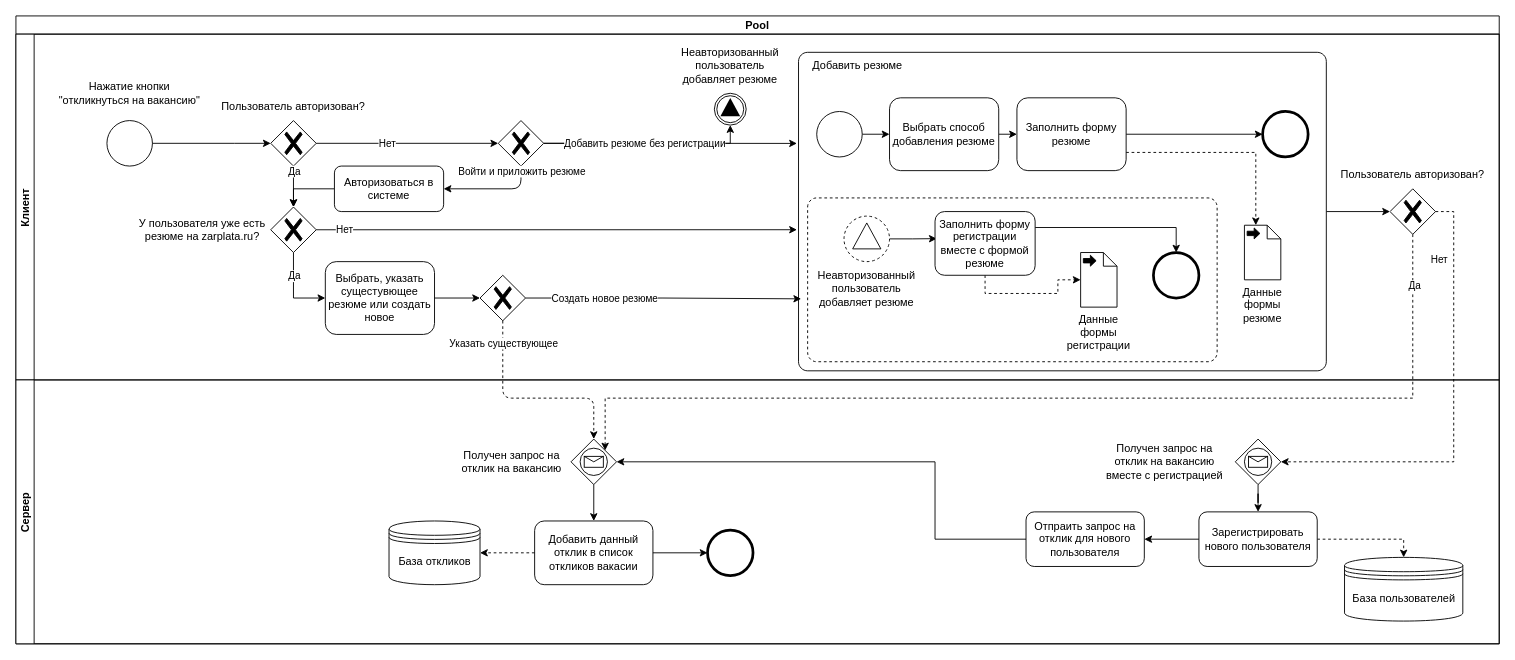
reddist/Buisness-logic-of-software-systems keeps this draw.io diagram as lab1_bpmn.drawio. Above is the earlier version. Source tidied: cells renumbered, new cells numbered last; positions are measured from the earlier drawing's top-left corner, leaving out a move shared by most shapes. Both pictures are drawn from the tidied source at 91%, with x=0, y=0 at pixel (15, 15).
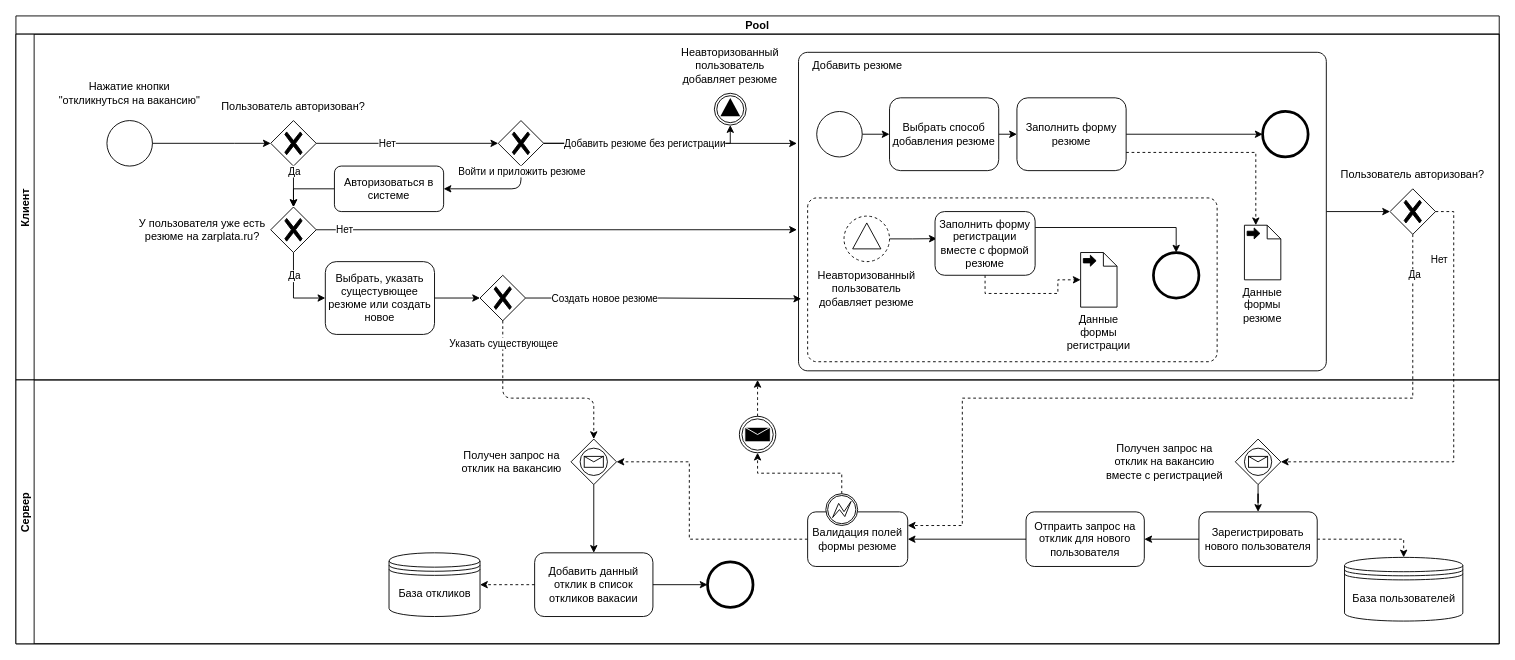
The same page after the edit.

Unchanged cells that the change refers to:
```xml
<mxCell id="2" value="Pool" style="swimlane;startSize=20;" parent="1" vertex="1">
  <mxGeometry width="1630" height="690" as="geometry" />
</mxCell>
<mxCell id="55" style="points=[[0.25,0.25,0],[0.5,0,0],[0.75,0.25,0],[1,0.5,0],[0.75,0.75,0],[0.5,1,0],[0.25,0.75,0],[0,0.5,0]];shape=mxgraph.bpmn.gateway2;html=1;verticalLabelPosition=bottom;labelBackgroundColor=#ffffff;verticalAlign=top;align=center;perimeter=rhombusPerimeter;outlineConnect=0;outline=none;symbol=none;gwType=exclusive;" parent="3" vertex="1">
  <mxGeometry x="1510" y="170" width="50" height="50" as="geometry" />
</mxCell>
<mxCell id="57" value="Сервер" style="swimlane;startSize=20;horizontal=0;" parent="2" vertex="1">
  <mxGeometry y="400" width="1630" height="290" as="geometry" />
</mxCell>
<mxCell id="58" style="points=[[0.25,0.25,0],[0.5,0,0],[0.75,0.25,0],[1,0.5,0],[0.75,0.75,0],[0.5,1,0],[0.25,0.75,0],[0,0.5,0]];shape=mxgraph.bpmn.gateway2;html=1;verticalLabelPosition=bottom;labelBackgroundColor=#ffffff;verticalAlign=top;align=center;perimeter=rhombusPerimeter;outlineConnect=0;outline=standard;symbol=message;" parent="57" vertex="1">
  <mxGeometry x="610" y="65" width="50" height="50" as="geometry" />
</mxCell>
<mxCell id="77" value="Отпраить запрос на отклик для нового пользователя" style="rounded=1;whiteSpace=wrap;html=1;" parent="57" vertex="1">
  <mxGeometry x="1110" y="145" width="130" height="60" as="geometry" />
</mxCell>
```

Diff of the diagram source:
```diff
@@
     <mxCell id="60" value="Добавить данный отклик в список откликов вакасии" style="rounded=1;whiteSpace=wrap;html=1;" parent="57" vertex="1">
-      <mxGeometry x="570" y="155" width="130" height="70" as="geometry" />
+      <mxGeometry x="570" y="190" width="130" height="70" as="geometry" />
     </mxCell>
@@
     <mxCell id="62" style="group;" parent="57" vertex="1">
-      <mxGeometry x="410" y="155" width="100" height="70" as="geometry" />
+      <mxGeometry x="410" y="190" width="100" height="70" as="geometry" />
     </mxCell>
@@
     <mxCell id="66" style="points=[[0.145,0.145,0],[0.5,0,0],[0.855,0.145,0],[1,0.5,0],[0.855,0.855,0],[0.5,1,0],[0.145,0.855,0],[0,0.5,0]];shape=mxgraph.bpmn.event;html=1;verticalLabelPosition=bottom;labelBackgroundColor=#ffffff;verticalAlign=top;align=center;perimeter=ellipsePerimeter;outlineConnect=0;outline=end;symbol=terminate2;" parent="57" vertex="1">
-      <mxGeometry x="760" y="165" width="50" height="50" as="geometry" />
+      <mxGeometry x="760" y="200" width="50" height="50" as="geometry" />
     </mxCell>
@@
-    <mxCell id="76" style="edgeStyle=orthogonalEdgeStyle;rounded=0;jettySize=auto;html=1;exitX=0;exitY=0.5;exitDx=0;exitDy=0;entryX=1;entryY=0.5;entryDx=0;entryDy=0;entryPerimeter=0;endArrow=classic;endFill=1;" parent="57" edge="1" source="77" target="58">
-      <mxGeometry relative="1" as="geometry">
-        <Array as="points">
-          <mxPoint x="1010" y="175" />
-          <mxPoint x="1010" y="90" />
-        </Array>
-      </mxGeometry>
+    <mxCell id="76" style="edgeStyle=orthogonalEdgeStyle;rounded=0;jettySize=auto;html=1;exitX=0;exitY=0.5;exitDx=0;exitDy=0;endArrow=classic;endFill=1;entryX=1;entryY=0.5;entryDx=0;entryDy=0;" parent="57" edge="1" source="77" target="86">
+      <mxGeometry relative="1" as="geometry" />
     </mxCell>
@@
+    <mxCell id="85" style="edgeStyle=orthogonalEdgeStyle;rounded=0;jettySize=auto;html=1;exitX=0;exitY=0.5;exitDx=0;exitDy=0;entryX=1;entryY=0.5;entryDx=0;entryDy=0;entryPerimeter=0;dashed=1;" parent="57" edge="1" source="86" target="58">
+      <mxGeometry relative="1" as="geometry">
+        <Array as="points">
+          <mxPoint x="740" y="175" />
+          <mxPoint x="740" y="90" />
+        </Array>
+      </mxGeometry>
+    </mxCell>
+    <mxCell id="86" value="Валидация полей формы резюме" style="rounded=1;whiteSpace=wrap;html=1;" parent="57" vertex="1">
+      <mxGeometry x="870" y="145" width="110" height="60" as="geometry" />
+    </mxCell>
+    <mxCell id="87" style="edgeStyle=orthogonalEdgeStyle;rounded=0;jettySize=auto;html=1;exitX=0.5;exitY=0;exitDx=0;exitDy=0;exitPerimeter=0;entryX=0.5;entryY=1;entryDx=0;entryDy=0;entryPerimeter=0;dashed=1;" parent="57" edge="1" source="88" target="89">
+      <mxGeometry relative="1" as="geometry" />
+    </mxCell>
+    <mxCell id="88" style="points=[[0.145,0.145,0],[0.5,0,0],[0.855,0.145,0],[1,0.5,0],[0.855,0.855,0],[0.5,1,0],[0.145,0.855,0],[0,0.5,0]];shape=mxgraph.bpmn.event;html=1;verticalLabelPosition=bottom;labelBackgroundColor=#ffffff;verticalAlign=top;align=center;perimeter=ellipsePerimeter;outlineConnect=0;outline=boundInt;symbol=error;" parent="57" vertex="1">
+      <mxGeometry x="890" y="125" width="35" height="35" as="geometry" />
+    </mxCell>
+    <mxCell id="89" style="points=[[0.145,0.145,0],[0.5,0,0],[0.855,0.145,0],[1,0.5,0],[0.855,0.855,0],[0.5,1,0],[0.145,0.855,0],[0,0.5,0]];shape=mxgraph.bpmn.event;html=1;verticalLabelPosition=bottom;labelBackgroundColor=#ffffff;verticalAlign=top;align=center;perimeter=ellipsePerimeter;outlineConnect=0;outline=throwing;symbol=message;" parent="57" vertex="1">
+      <mxGeometry x="795" y="40" width="40" height="40" as="geometry" />
+    </mxCell>
@@
-    <mxCell id="81" style="edgeStyle=orthogonalEdgeStyle;rounded=0;jettySize=auto;html=1;exitX=0.5;exitY=1;exitDx=0;exitDy=0;exitPerimeter=0;endArrow=classic;endFill=1;dashed=1;entryX=0.75;entryY=0.25;entryDx=0;entryDy=0;entryPerimeter=0;" parent="2" edge="1" source="55" target="58">
+    <mxCell id="81" style="edgeStyle=orthogonalEdgeStyle;rounded=0;jettySize=auto;html=1;exitX=0.5;exitY=1;exitDx=0;exitDy=0;exitPerimeter=0;endArrow=classic;endFill=1;dashed=1;entryX=1;entryY=0.25;entryDx=0;entryDy=0;" parent="2" edge="1" source="55" target="86">
       <mxGeometry relative="1" as="geometry">
         <Array as="points">
           <mxPoint x="1535" y="420" />
-          <mxPoint x="648" y="420" />
+          <mxPoint x="1040" y="420" />
+          <mxPoint x="1040" y="560" />
         </Array>
       </mxGeometry>
     </mxCell>
@@
+    <mxCell id="90" style="edgeStyle=orthogonalEdgeStyle;rounded=0;jettySize=auto;html=1;exitX=0.5;exitY=0;exitDx=0;exitDy=0;exitPerimeter=0;dashed=1;" parent="1" edge="1" source="89">
+      <mxGeometry relative="1" as="geometry">
+        <mxPoint x="815" y="400" as="targetPoint" />
+      </mxGeometry>
+    </mxCell>
```
